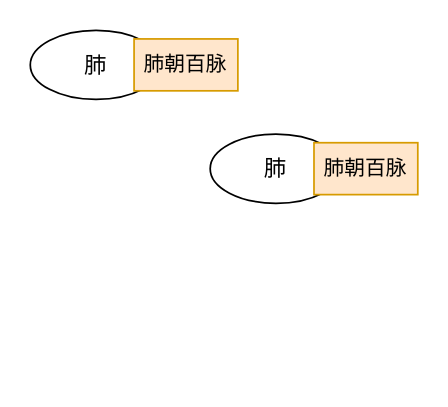
328507133/chart keeps this draw.io diagram as 医门推敲叁/中医藏象学说/藏像学说之脾/脾的主要生理功能/006脾主升.drawio. Above is the earlier version. Source tidied: cells renumbered, new cells numbered last; positions are measured from the earlier drawing's top-left corner, leaving out a move shared by most shapes. Both pictures are drawn from the tidied source at 173%, with x=0, y=0 at pixel (29, 29).
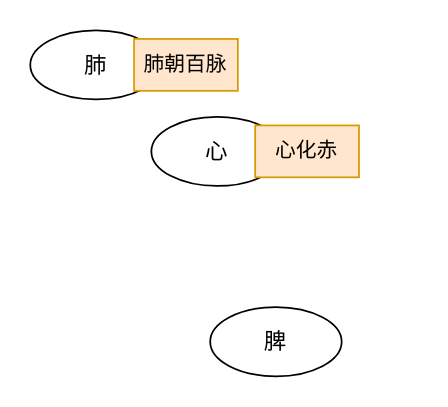
The same page after the edit.

Commit message (it also covers changes not shown here):
更新006脾主升.drawio

Diff of the diagram source:
```diff
@@
 <mxGraphModel>
   <root>
     <mxCell id="0" />
     <mxCell id="1" parent="0" />
     <mxCell id="2" style="group;" parent="1" vertex="1">
       <mxGeometry width="120" height="40" as="geometry" />
     </mxCell>
     <mxCell id="3" value="肺" style="ellipse;whiteSpace=wrap;html=1;fontSize=13;" parent="2" vertex="1">
       <mxGeometry width="76" height="40" as="geometry" />
     </mxCell>
     <mxCell id="4" style="endArrow=classic;html=1;rounded=0;exitX=1;exitY=0.5;exitDx=0;exitDy=0;" parent="2" edge="1" source="3" target="5">
       <mxGeometry relative="1" as="geometry" />
     </mxCell>
     <mxCell id="5" value="肺朝百脉" style="text;html=1;strokeColor=#d79b00;fillColor=#ffe6cc;align=center;verticalAlign=middle;whiteSpace=wrap;rounded=0;" parent="2" vertex="1">
       <mxGeometry x="60" y="5" width="60" height="30" as="geometry" />
     </mxCell>
     <mxCell id="6" style="group;" parent="1" vertex="1">
-      <mxGeometry x="104" y="60" width="120" height="40" as="geometry" />
+      <mxGeometry x="70" y="50" width="120" height="40" as="geometry" />
     </mxCell>
-    <mxCell id="7" value="肺" style="ellipse;whiteSpace=wrap;html=1;fontSize=13;" parent="6" vertex="1">
+    <mxCell id="7" value="心" style="ellipse;whiteSpace=wrap;html=1;fontSize=13;" parent="6" vertex="1">
       <mxGeometry width="76" height="40" as="geometry" />
     </mxCell>
     <mxCell id="8" style="endArrow=classic;html=1;rounded=0;exitX=1;exitY=0.5;exitDx=0;exitDy=0;" parent="6" edge="1" source="7" target="9">
       <mxGeometry relative="1" as="geometry" />
     </mxCell>
-    <mxCell id="9" value="肺朝百脉" style="text;html=1;strokeColor=#d79b00;fillColor=#ffe6cc;align=center;verticalAlign=middle;whiteSpace=wrap;rounded=0;" parent="6" vertex="1">
+    <mxCell id="9" value="心化赤" style="text;html=1;strokeColor=#d79b00;fillColor=#ffe6cc;align=center;verticalAlign=middle;whiteSpace=wrap;rounded=0;" parent="6" vertex="1">
       <mxGeometry x="60" y="5" width="60" height="30" as="geometry" />
     </mxCell>
+    <mxCell id="10" style="group;" parent="1" vertex="1">
+      <mxGeometry x="104" y="160" width="120" height="40" as="geometry" />
+    </mxCell>
+    <mxCell id="11" value="脾" style="ellipse;whiteSpace=wrap;html=1;fontSize=13;" parent="10" vertex="1">
+      <mxGeometry width="76" height="40" as="geometry" />
+    </mxCell>
   </root>
 </mxGraphModel>
```
